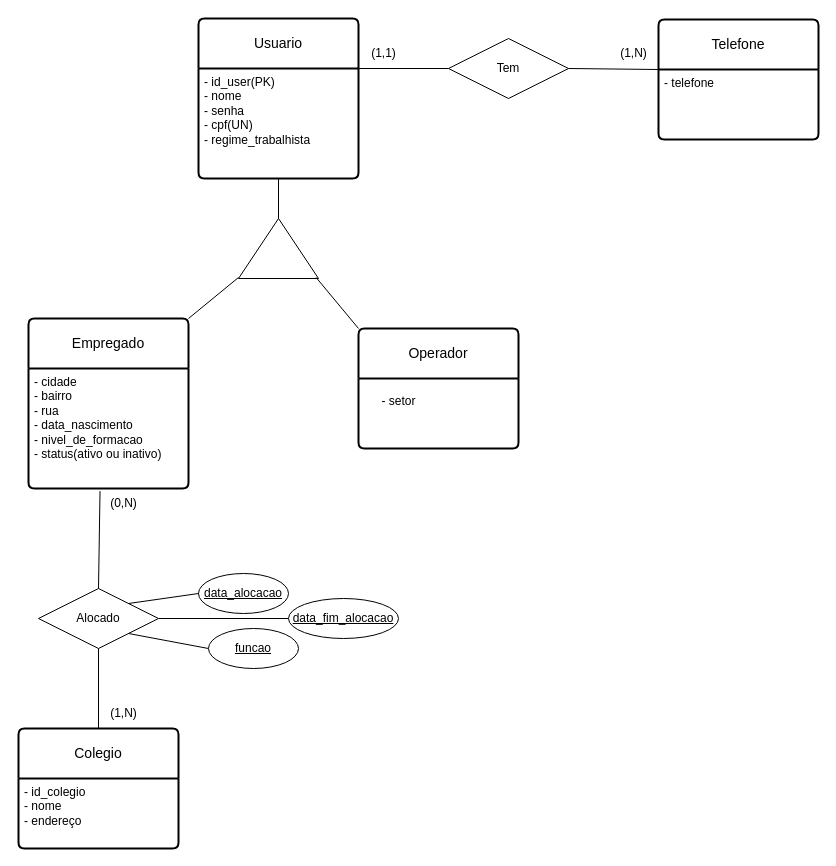
Earlier version of the draw.io diagram Diagrama do banco de dados.drawio (Eneildes/Descomplica). Source tidied: cells renumbered, new cells numbered last; positions are measured from the earlier drawing's top-left corner, leaving out a move shared by most shapes. Both pictures are drawn from the tidied source at 100%, with x=0, y=0 at pixel (18, 18).
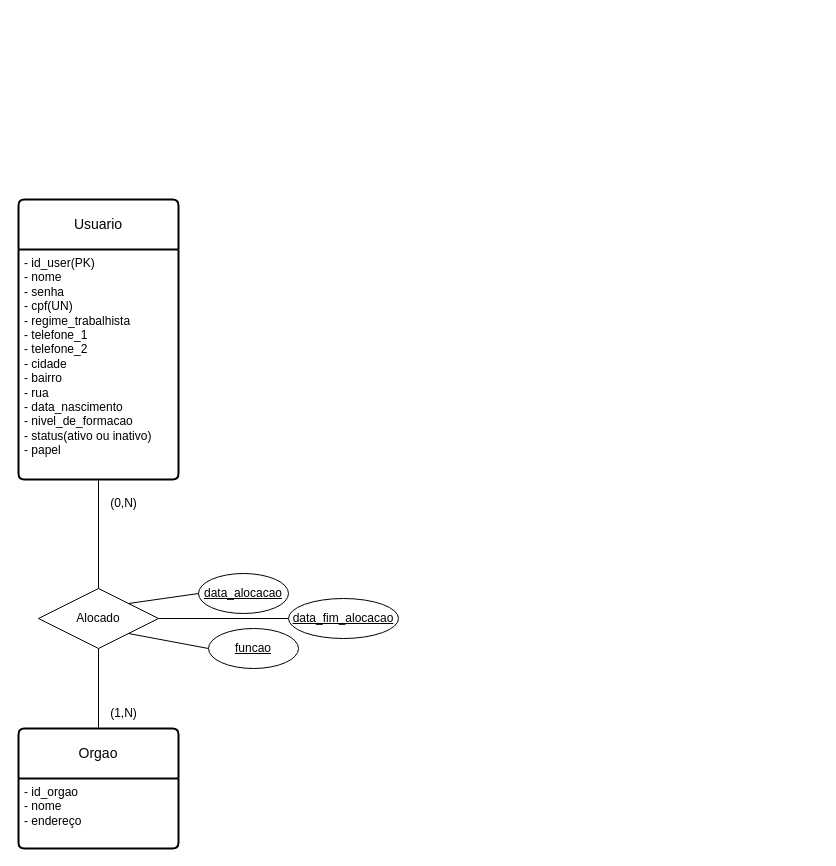
After the change.

The change refers to these unchanged cells:
```xml
<mxCell id="21" value="Alocado" style="shape=rhombus;perimeter=rhombusPerimeter;whiteSpace=wrap;html=1;align=center;" parent="1" vertex="1">
  <mxGeometry x="20" y="570" width="120" height="60" as="geometry" />
</mxCell>
```

The edit, as a diff of the source:
```diff
@@
-    <mxCell id="2" value="Empregado" style="swimlane;horizontal=1;startSize=50;rounded=1;fontSize=14;fontStyle=0;strokeWidth=2;shadow=0;dashed=0;align=center;arcSize=4;whiteSpace=wrap;html=1;" parent="1" vertex="1">
-      <mxGeometry x="10" y="300" width="160" height="170" as="geometry" />
-    </mxCell>
-    <mxCell id="3" value="&lt;div&gt;- cidade&lt;/div&gt;&lt;div&gt;- bairro&lt;/div&gt;&lt;div&gt;- rua&lt;/div&gt;&lt;div&gt;- data_nascimento&lt;/div&gt;&lt;div&gt;- nivel_de_formacao&lt;/div&gt;&lt;div&gt;- status(ativo ou inativo)&lt;/div&gt;" style="align=left;strokeColor=none;fillColor=none;spacingLeft=4;fontSize=12;verticalAlign=top;html=1;" parent="2" vertex="1">
-      <mxGeometry y="50" width="160" height="120" as="geometry" />
-    </mxCell>
     <mxCell id="4" value="Usuario" style="swimlane;horizontal=1;startSize=50;rounded=1;fontSize=14;fontStyle=0;strokeWidth=2;shadow=0;dashed=0;align=center;arcSize=4;whiteSpace=wrap;html=1;" parent="1" vertex="1">
-      <mxGeometry x="180" width="160" height="160" as="geometry" />
+      <mxGeometry y="181" width="160" height="280" as="geometry" />
     </mxCell>
-    <mxCell id="5" value="- id_user(PK)&lt;div&gt;- nome&lt;/div&gt;&lt;div&gt;- senha&lt;/div&gt;&lt;div&gt;- cpf(UN)&lt;/div&gt;&lt;div&gt;- regime_trabalhista&lt;/div&gt;" style="align=left;strokeColor=none;fillColor=none;spacingLeft=4;fontSize=12;verticalAlign=top;html=1;" parent="4" vertex="1">
-      <mxGeometry y="50" width="160" height="110" as="geometry" />
+    <mxCell id="5" value="- id_user(PK)&lt;div&gt;- nome&lt;/div&gt;&lt;div&gt;- senha&lt;/div&gt;&lt;div&gt;- cpf(UN)&lt;/div&gt;&lt;div&gt;- regime_trabalhista&lt;/div&gt;&lt;div&gt;- telefone_1&lt;/div&gt;&lt;div&gt;- telefone_2&lt;/div&gt;&lt;div&gt;&lt;div&gt;- cidade&lt;/div&gt;&lt;div&gt;- bairro&lt;/div&gt;&lt;div&gt;- rua&lt;/div&gt;&lt;div&gt;- data_nascimento&lt;/div&gt;&lt;div&gt;- nivel_de_formacao&lt;/div&gt;&lt;div&gt;- status(ativo ou inativo)&lt;/div&gt;&lt;/div&gt;&lt;div&gt;- papel&lt;/div&gt;" style="align=left;strokeColor=none;fillColor=none;spacingLeft=4;fontSize=12;verticalAlign=top;html=1;" parent="4" vertex="1">
+      <mxGeometry y="50" width="160" height="230" as="geometry" />
     </mxCell>
-    <mxCell id="6" value="Operador" style="swimlane;horizontal=1;startSize=50;rounded=1;fontSize=14;fontStyle=0;strokeWidth=2;shadow=0;dashed=0;align=center;arcSize=4;whiteSpace=wrap;html=1;" parent="1" vertex="1">
-      <mxGeometry x="340" y="310" width="160" height="120" as="geometry" />
-    </mxCell>
-    <mxCell id="7" style="triangle;whiteSpace=wrap;html=1;rotation=-90;" parent="1" vertex="1">
-      <mxGeometry x="230" y="190" width="60" height="80" as="geometry" />
-    </mxCell>
-    <mxCell id="8" style="endArrow=none;html=1;rounded=0;exitX=1;exitY=0.5;exitDx=0;exitDy=0;entryX=0.5;entryY=1;entryDx=0;entryDy=0;" parent="1" edge="1" source="7" target="5">
-      <mxGeometry relative="1" as="geometry" />
-    </mxCell>
-    <mxCell id="9" style="endArrow=none;html=1;rounded=0;exitX=1;exitY=0;exitDx=0;exitDy=0;" parent="1" edge="1" source="2">
-      <mxGeometry relative="1" as="geometry">
-        <mxPoint x="220" y="259" as="targetPoint" />
-      </mxGeometry>
-    </mxCell>
-    <mxCell id="10" style="endArrow=none;html=1;rounded=0;entryX=0.017;entryY=0.97;entryDx=0;entryDy=0;entryPerimeter=0;exitX=0;exitY=0;exitDx=0;exitDy=0;" parent="1" edge="1" source="6" target="7">
-      <mxGeometry relative="1" as="geometry" />
-    </mxCell>
-    <mxCell id="11" value="- setor" style="text;html=1;align=center;verticalAlign=middle;strokeColor=none;fillColor=none;" parent="1" vertex="1">
-      <mxGeometry x="350" y="368" width="60" height="30" as="geometry" />
-    </mxCell>
-    <mxCell id="12" value="Telefone" style="swimlane;horizontal=1;startSize=50;rounded=1;fontSize=14;fontStyle=0;strokeWidth=2;shadow=0;dashed=0;align=center;arcSize=4;whiteSpace=wrap;html=1;" parent="1" vertex="1">
-      <mxGeometry x="640" y="1" width="160" height="120" as="geometry" />
-    </mxCell>
-    <mxCell id="13" value="- telefone" style="align=left;strokeColor=none;fillColor=none;spacingLeft=4;fontSize=12;verticalAlign=top;html=1;" parent="12" vertex="1">
-      <mxGeometry y="50" width="160" height="70" as="geometry" />
-    </mxCell>
-    <mxCell id="14" value="Tem" style="shape=rhombus;perimeter=rhombusPerimeter;whiteSpace=wrap;html=1;align=center;" parent="1" vertex="1">
-      <mxGeometry x="430" y="20" width="120" height="60" as="geometry" />
-    </mxCell>
-    <mxCell id="15" style="endArrow=none;html=1;rounded=0;exitX=1;exitY=0;exitDx=0;exitDy=0;entryX=0;entryY=0.5;entryDx=0;entryDy=0;" parent="1" edge="1" source="5" target="14">
-      <mxGeometry relative="1" as="geometry" />
-    </mxCell>
-    <mxCell id="16" style="endArrow=none;html=1;rounded=0;exitX=1;exitY=0.5;exitDx=0;exitDy=0;entryX=0;entryY=0;entryDx=0;entryDy=0;" parent="1" edge="1" source="14" target="13">
-      <mxGeometry relative="1" as="geometry" />
-    </mxCell>
-    <mxCell id="17" value="(1,N)" style="text;html=1;align=center;verticalAlign=middle;strokeColor=none;fillColor=none;" parent="1" vertex="1">
-      <mxGeometry x="590" y="20" width="50" height="30" as="geometry" />
-    </mxCell>
-    <mxCell id="18" value="(1,1)" style="text;html=1;align=center;verticalAlign=middle;strokeColor=none;fillColor=none;" parent="1" vertex="1">
-      <mxGeometry x="340" y="20" width="50" height="30" as="geometry" />
-    </mxCell>
-    <mxCell id="19" value="Colegio" style="swimlane;horizontal=1;startSize=50;rounded=1;fontSize=14;fontStyle=0;strokeWidth=2;shadow=0;dashed=0;align=center;arcSize=4;whiteSpace=wrap;html=1;" parent="1" vertex="1">
+    <mxCell id="19" value="Orgao" style="swimlane;horizontal=1;startSize=50;rounded=1;fontSize=14;fontStyle=0;strokeWidth=2;shadow=0;dashed=0;align=center;arcSize=4;whiteSpace=wrap;html=1;" parent="1" vertex="1">
       <mxGeometry y="710" width="160" height="120" as="geometry" />
     </mxCell>
-    <mxCell id="20" value="- id_colegio&lt;div&gt;- nome&lt;/div&gt;&lt;div&gt;- endereço&lt;/div&gt;" style="align=left;strokeColor=none;fillColor=none;spacingLeft=4;fontSize=12;verticalAlign=top;html=1;" parent="19" vertex="1">
+    <mxCell id="20" value="- id_orgao&lt;div&gt;- nome&lt;/div&gt;&lt;div&gt;- endereço&lt;/div&gt;" style="align=left;strokeColor=none;fillColor=none;spacingLeft=4;fontSize=12;verticalAlign=top;html=1;" parent="19" vertex="1">
       <mxGeometry y="50" width="160" height="70" as="geometry" />
     </mxCell>
@@
-    <mxCell id="22" style="endArrow=none;html=1;rounded=0;entryX=0.447;entryY=1.022;entryDx=0;entryDy=0;exitX=0.5;exitY=0;exitDx=0;exitDy=0;entryPerimeter=0;" parent="1" edge="1" source="21" target="3">
+    <mxCell id="22" style="endArrow=none;html=1;rounded=0;entryX=0.5;entryY=1;entryDx=0;entryDy=0;exitX=0.5;exitY=0;exitDx=0;exitDy=0;" parent="1" edge="1" source="21" target="4">
       <mxGeometry relative="1" as="geometry" />
     </mxCell>
```
